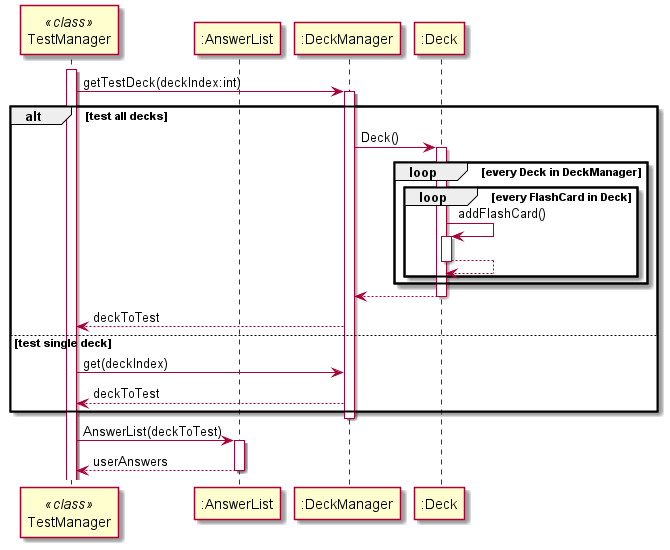
Earlier version of the PlantUML export docs/assets/getTestDeckSequenceDiagram.png (xkisxk/tp).
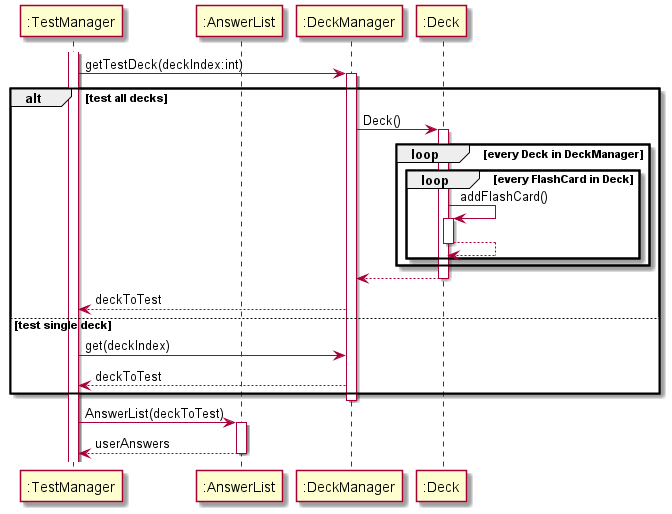
The same diagram one commit later.

Change to the diagram source:
```diff
@@ -1,5 +1,5 @@
 @startuml
-participant "TestManager" as TestManager << class >>
+participant ":TestManager" as TestManager
 participant ":AnswerList" as AnswerList
 participant ":DeckManager" as DeckManager
 participant ":Deck" as Deck
```
